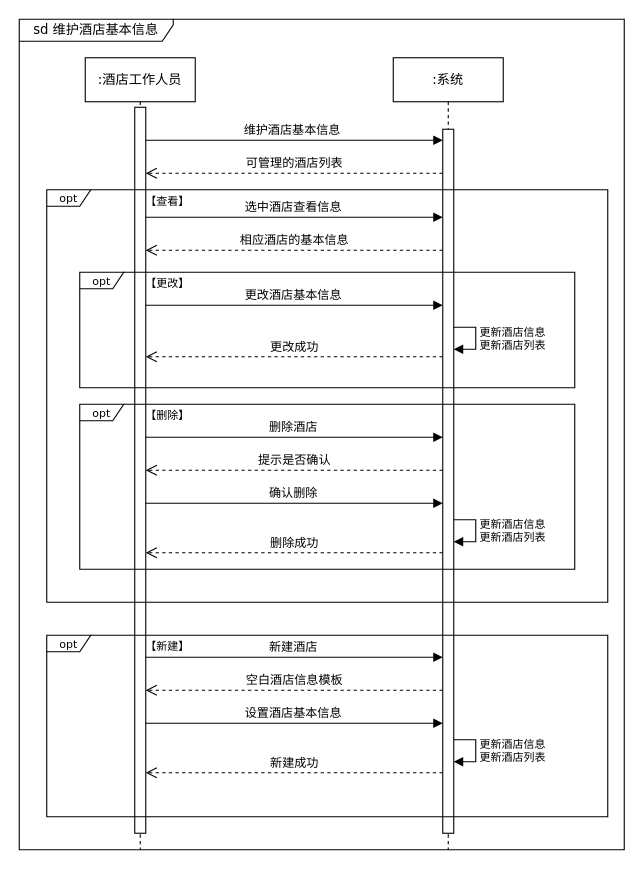
This is docs/用例描述文档/图/源文件/系统顺序图/9 维护酒店基本信息系统顺序图 .drawio from Cynyard999/hotel-booking-system, a draw.io file, before an edit. Source tidied: cells renumbered, new cells numbered last; positions are measured from the earlier drawing's top-left corner, leaving out a move shared by most shapes. Both pictures are drawn from the tidied source at 110%, with x=0, y=0 at pixel (19, 19).
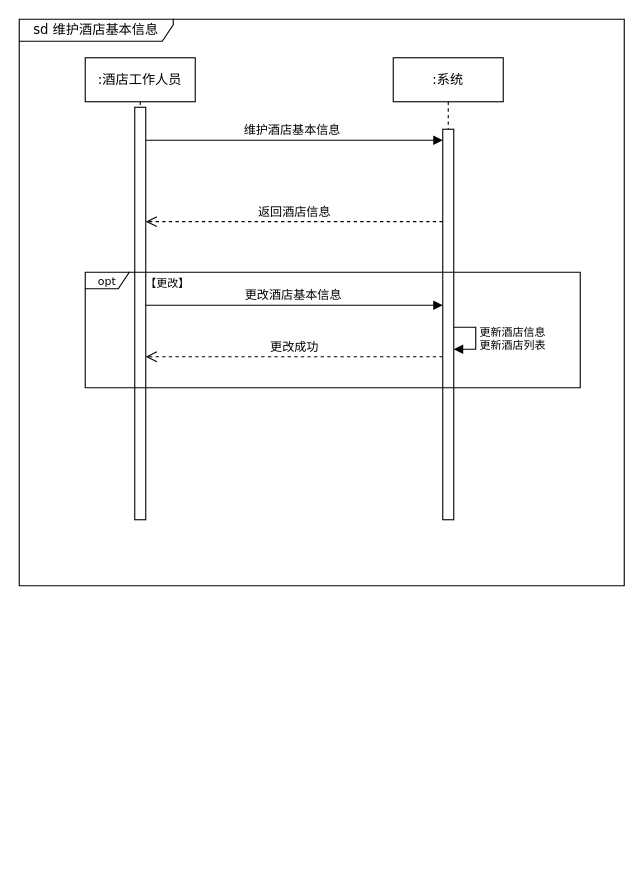
The same diagram, later.

Change to the diagram source:
```diff
@@
     <mxCell id="2" value="sd 维护酒店基本信息" style="shape=umlFrame;whiteSpace=wrap;html=1;fontFamily=Verdana;width=140;height=20;" parent="1" vertex="1">
-      <mxGeometry width="550" height="755" as="geometry" />
+      <mxGeometry width="550" height="515" as="geometry" />
     </mxCell>
     <mxCell id="3" value=":酒店工作人员" style="shape=umlLifeline;perimeter=lifelinePerimeter;whiteSpace=wrap;html=1;outlineConnect=0;fontFamily=Verdana;" parent="1" vertex="1">
-      <mxGeometry x="60" y="35" width="100" height="720" as="geometry" />
+      <mxGeometry x="60" y="35" width="100" height="420" as="geometry" />
     </mxCell>
     <mxCell id="4" value=":系统" style="shape=umlLifeline;perimeter=lifelinePerimeter;whiteSpace=wrap;html=1;fontFamily=Verdana;" parent="1" vertex="1">
-      <mxGeometry x="340" y="35" width="100" height="720" as="geometry" />
+      <mxGeometry x="340" y="35" width="100" height="420" as="geometry" />
     </mxCell>
     <mxCell id="5" style="html=1;points=[];perimeter=orthogonalPerimeter;fontFamily=Verdana;" parent="4" vertex="1">
-      <mxGeometry x="45" y="65" width="10" height="640" as="geometry" />
+      <mxGeometry x="45" y="65" width="10" height="355" as="geometry" />
     </mxCell>
@@
     <mxCell id="8" style="html=1;points=[];perimeter=orthogonalPerimeter;fontFamily=Verdana;" parent="1" vertex="1">
-      <mxGeometry x="105" y="80" width="10" height="660" as="geometry" />
+      <mxGeometry x="105" y="80" width="10" height="375" as="geometry" />
     </mxCell>
-    <mxCell id="9" value="可管理的酒店列表" style="html=1;verticalAlign=bottom;endArrow=open;dashed=1;endSize=8;fontFamily=Verdana;" parent="1" edge="1" target="8">
+    <mxCell id="9" value="返回酒店信息" style="html=1;verticalAlign=bottom;endArrow=open;dashed=1;endSize=8;fontFamily=Verdana;" parent="1" edge="1" source="5" target="8">
       <mxGeometry relative="1" as="geometry">
-        <mxPoint x="385" y="140" as="sourcePoint" />
         <Array as="points">
-          <mxPoint x="280" y="140" />
+          <mxPoint x="280" y="184" />
         </Array>
       </mxGeometry>
     </mxCell>
-    <mxCell id="10" value="opt" style="shape=umlFrame;whiteSpace=wrap;fontFamily=Verdana;fontSize=10;labelBackgroundColor=none;html=1;width=40;height=15;" parent="1" vertex="1">
-      <mxGeometry x="25" y="155" width="510" height="375" as="geometry" />
-    </mxCell>
-    <mxCell id="11" value="选中酒店查看信息" style="verticalAlign=bottom;endArrow=block;fontFamily=Verdana;html=1;horizontal=1;" parent="1" edge="1">
-      <mxGeometry x="0.29" y="-40" relative="1" as="geometry">
-        <mxPoint x="115" y="180" as="sourcePoint" />
-        <mxPoint x="385" y="180" as="targetPoint" />
-        <Array as="points">
-          <mxPoint x="290" y="180" />
-        </Array>
-        <mxPoint x="-40" y="-40" as="offset" />
-      </mxGeometry>
-    </mxCell>
-    <mxCell id="12" value="相应酒店的基本信息" style="html=1;verticalAlign=bottom;endArrow=open;dashed=1;endSize=8;fontFamily=Verdana;" parent="1" edge="1">
-      <mxGeometry relative="1" as="geometry">
-        <mxPoint x="385" y="210" as="sourcePoint" />
-        <mxPoint x="115" y="210" as="targetPoint" />
-        <Array as="points">
-          <mxPoint x="280" y="210" />
-        </Array>
-      </mxGeometry>
-    </mxCell>
-    <mxCell id="13" value="opt" style="shape=umlFrame;whiteSpace=wrap;fontFamily=Verdana;fontSize=10;labelBackgroundColor=none;html=1;width=40;height=15;" parent="1" vertex="1">
-      <mxGeometry x="25" y="560" width="510" height="165" as="geometry" />
-    </mxCell>
-    <mxCell id="14" value="新建酒店" style="verticalAlign=bottom;endArrow=block;fontFamily=Verdana;html=1;horizontal=1;" parent="1" edge="1">
-      <mxGeometry x="0.29" y="-40" relative="1" as="geometry">
-        <mxPoint x="115" y="580" as="sourcePoint" />
-        <mxPoint x="385" y="580" as="targetPoint" />
-        <Array as="points">
-          <mxPoint x="290" y="580" />
-        </Array>
-        <mxPoint x="-40" y="-40" as="offset" />
-      </mxGeometry>
-    </mxCell>
-    <mxCell id="15" value="空白酒店信息模板" style="html=1;verticalAlign=bottom;endArrow=open;dashed=1;endSize=8;fontFamily=Verdana;" parent="1" edge="1">
-      <mxGeometry relative="1" as="geometry">
-        <mxPoint x="385" y="610" as="sourcePoint" />
-        <mxPoint x="115" y="610" as="targetPoint" />
-        <Array as="points">
-          <mxPoint x="280" y="610" />
-        </Array>
-      </mxGeometry>
-    </mxCell>
-    <mxCell id="16" value="设置酒店基本信息" style="verticalAlign=bottom;endArrow=block;fontFamily=Verdana;html=1;horizontal=1;" parent="1" edge="1">
-      <mxGeometry x="0.29" y="-40" relative="1" as="geometry">
-        <mxPoint x="115" y="640" as="sourcePoint" />
-        <mxPoint x="385" y="640" as="targetPoint" />
-        <Array as="points">
-          <mxPoint x="290" y="640" />
-        </Array>
-        <mxPoint x="-40" y="-40" as="offset" />
-      </mxGeometry>
-    </mxCell>
-    <mxCell id="17" value="新建成功" style="html=1;verticalAlign=bottom;endArrow=open;dashed=1;endSize=8;fontFamily=Verdana;" parent="1" edge="1">
-      <mxGeometry relative="1" as="geometry">
-        <mxPoint x="385" y="685" as="sourcePoint" />
-        <mxPoint x="115" y="685" as="targetPoint" />
-        <Array as="points">
-          <mxPoint x="280" y="685" />
-        </Array>
-      </mxGeometry>
-    </mxCell>
-    <mxCell id="18" value="更新酒店信息&lt;br&gt;更新酒店列表" style="edgeStyle=orthogonalEdgeStyle;html=1;align=left;spacingLeft=2;endArrow=block;rounded=0;entryX=1;entryY=0;fontFamily=Verdana;fontSize=10;" parent="1" edge="1">
-      <mxGeometry relative="1" as="geometry">
-        <mxPoint x="395" y="655" as="sourcePoint" />
-        <mxPoint x="395" y="675" as="targetPoint" />
-        <Array as="points">
-          <mxPoint x="415" y="655" />
-        </Array>
-      </mxGeometry>
-    </mxCell>
@@
     <mxCell id="20" value="opt" style="shape=umlFrame;whiteSpace=wrap;fontFamily=Verdana;fontSize=10;labelBackgroundColor=none;html=1;width=40;height=15;" parent="1" vertex="1">
-      <mxGeometry x="55" y="230" width="450" height="105" as="geometry" />
+      <mxGeometry x="60" y="230" width="450" height="105" as="geometry" />
     </mxCell>
@@
-    <mxCell id="26" value="opt" style="shape=umlFrame;whiteSpace=wrap;fontFamily=Verdana;fontSize=10;labelBackgroundColor=none;html=1;width=40;height=15;" parent="1" vertex="1">
-      <mxGeometry x="55" y="350" width="450" height="150" as="geometry" />
-    </mxCell>
-    <mxCell id="27" value="删除酒店" style="verticalAlign=bottom;endArrow=block;fontFamily=Verdana;html=1;horizontal=1;" parent="1" edge="1">
-      <mxGeometry x="0.29" y="-40" relative="1" as="geometry">
-        <mxPoint x="115" y="380" as="sourcePoint" />
-        <mxPoint x="385" y="380" as="targetPoint" />
-        <Array as="points">
-          <mxPoint x="290" y="380" />
-        </Array>
-        <mxPoint x="-40" y="-40" as="offset" />
-      </mxGeometry>
-    </mxCell>
-    <mxCell id="28" value="提示是否确认" style="html=1;verticalAlign=bottom;endArrow=open;dashed=1;endSize=8;fontFamily=Verdana;" parent="1" edge="1">
-      <mxGeometry relative="1" as="geometry">
-        <mxPoint x="385" y="410" as="sourcePoint" />
-        <mxPoint x="115" y="410" as="targetPoint" />
-        <Array as="points">
-          <mxPoint x="280" y="410" />
-        </Array>
-      </mxGeometry>
-    </mxCell>
-    <mxCell id="29" value="更新酒店信息&lt;br&gt;更新酒店列表" style="edgeStyle=orthogonalEdgeStyle;html=1;align=left;spacingLeft=2;endArrow=block;rounded=0;entryX=1;entryY=0;fontFamily=Verdana;fontSize=10;" parent="1" edge="1">
-      <mxGeometry relative="1" as="geometry">
-        <mxPoint x="395" y="455" as="sourcePoint" />
-        <mxPoint x="395" y="475" as="targetPoint" />
-        <Array as="points">
-          <mxPoint x="415" y="455" />
-        </Array>
-      </mxGeometry>
-    </mxCell>
-    <mxCell id="30" value="确认删除" style="verticalAlign=bottom;endArrow=block;fontFamily=Verdana;html=1;horizontal=1;" parent="1" edge="1">
-      <mxGeometry x="0.29" y="-40" relative="1" as="geometry">
-        <mxPoint x="115" y="440" as="sourcePoint" />
-        <mxPoint x="385" y="440" as="targetPoint" />
-        <Array as="points">
-          <mxPoint x="290" y="440" />
-        </Array>
-        <mxPoint x="-40" y="-40" as="offset" />
-      </mxGeometry>
-    </mxCell>
-    <mxCell id="31" value="删除成功" style="html=1;verticalAlign=bottom;endArrow=open;dashed=1;endSize=8;fontFamily=Verdana;" parent="1" edge="1">
-      <mxGeometry relative="1" as="geometry">
-        <mxPoint x="385" y="485" as="sourcePoint" />
-        <mxPoint x="115" y="485" as="targetPoint" />
-        <Array as="points">
-          <mxPoint x="280" y="485" />
-        </Array>
-      </mxGeometry>
-    </mxCell>
@@
-    <mxCell id="33" value="【查看】" style="text;html=1;strokeColor=none;fillColor=none;align=center;verticalAlign=middle;whiteSpace=wrap;rounded=0;labelBackgroundColor=none;fontFamily=Verdana;fontSize=10;" parent="1" vertex="1">
-      <mxGeometry x="105" y="155" width="60" height="20" as="geometry" />
-    </mxCell>
-    <mxCell id="34" value="【删除】" style="text;html=1;strokeColor=none;fillColor=none;align=center;verticalAlign=middle;whiteSpace=wrap;rounded=0;labelBackgroundColor=none;fontFamily=Verdana;fontSize=10;" parent="1" vertex="1">
-      <mxGeometry x="105" y="350" width="60" height="20" as="geometry" />
-    </mxCell>
-    <mxCell id="35" value="【新建】" style="text;html=1;strokeColor=none;fillColor=none;align=center;verticalAlign=middle;whiteSpace=wrap;rounded=0;labelBackgroundColor=none;fontFamily=Verdana;fontSize=10;" parent="1" vertex="1">
-      <mxGeometry x="105" y="560" width="60" height="20" as="geometry" />
-    </mxCell>
```
